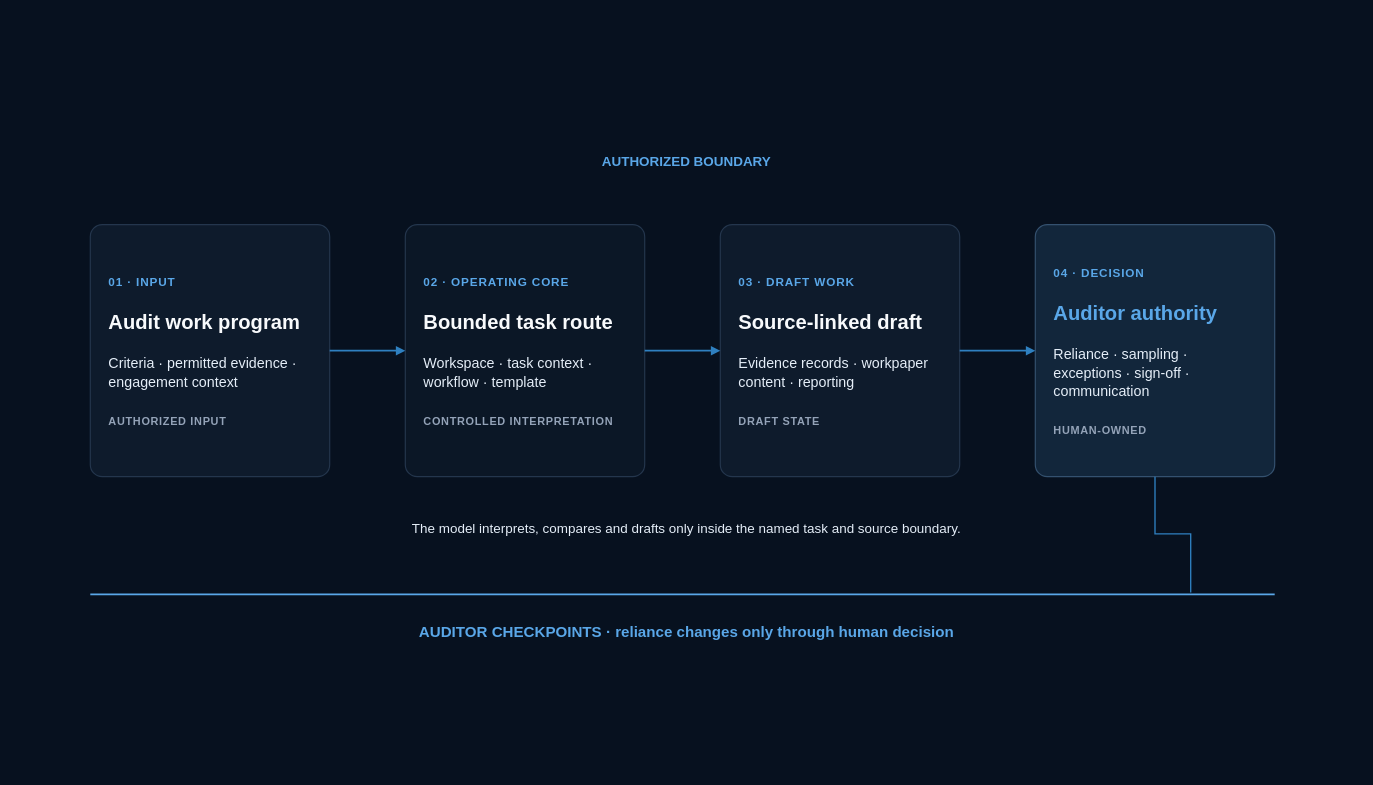
busera/busera.github.io keeps this draw.io diagram as aeos/assets/source/aeos-operating-model-dark.drawio. Above is the earlier version. Source tidied: cells renumbered, new cells numbered last; positions are measured from the earlier drawing's top-left corner, leaving out a move shared by most shapes. Both pictures are drawn from the tidied source at 84%, with x=0, y=0 at pixel (64, 60).
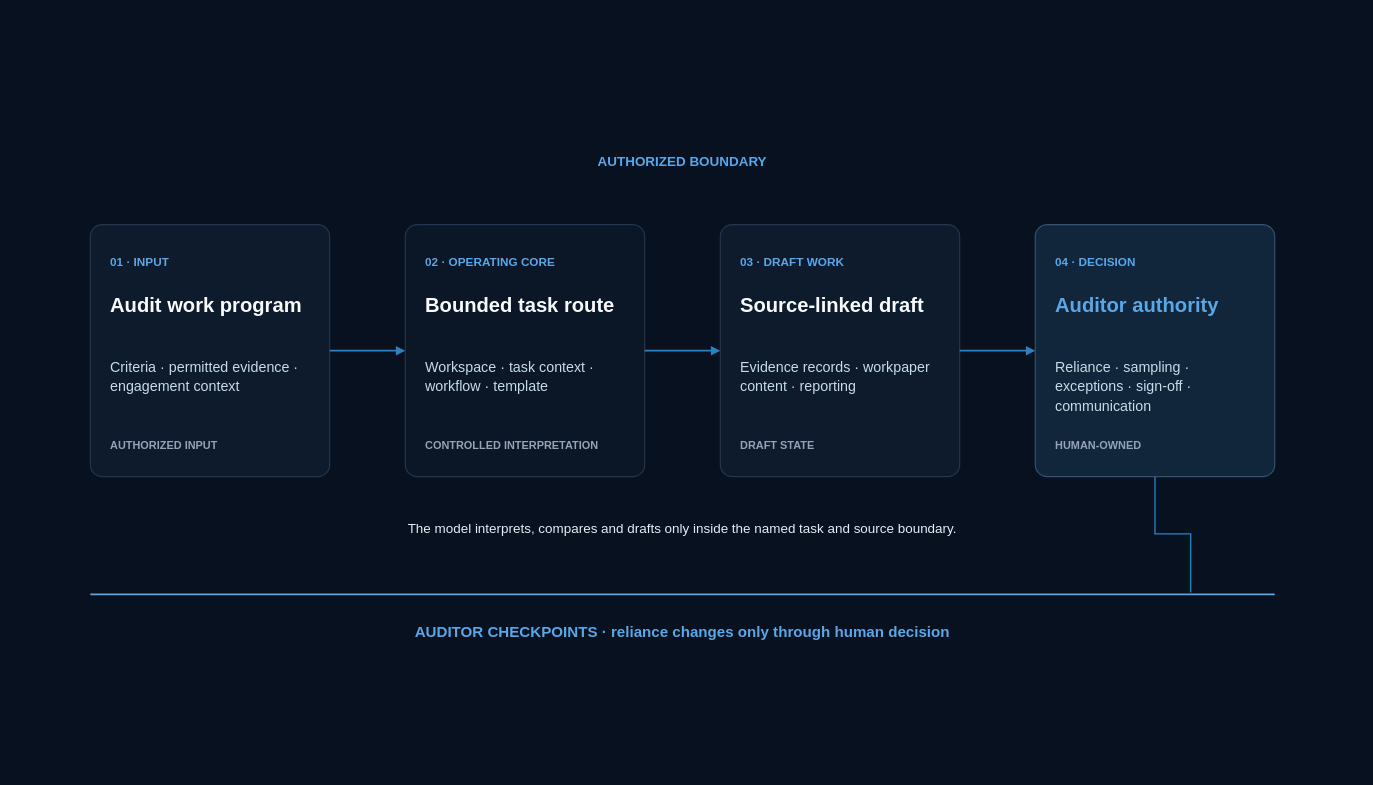
Above is the later version.

Commit message (it also covers changes not shown here):
fix(aeos): align diagram typography

Change to the diagram source:
```diff
@@
     <mxCell id="2" style="shape=rectangle;fillColor=none;strokeColor=none;opacity=0;html=1;" parent="1" vertex="1">
-      <mxGeometry width="1482.5" height="792.5" as="geometry" />
+      <mxGeometry x="-59" y="-54" width="1600" height="900" as="geometry" />
     </mxCell>
-    <mxCell id="3" value="&lt;div style=&quot;line-height:1.25;&quot;&gt;&lt;span style=&quot;font-size:14px;font-weight:700;letter-spacing:1px;color:#5AA7E8;&quot;&gt;01 · INPUT&lt;/span&gt;&lt;br&gt;&lt;br&gt;&lt;span style=&quot;font-size:24px;font-weight:700;color:#F8FAFC;&quot;&gt;Audit work program&lt;/span&gt;&lt;br&gt;&lt;br&gt;&lt;span style=&quot;font-size:17px;color:#E5EEF8;&quot;&gt;Criteria · permitted evidence · engagement context&lt;/span&gt;&lt;br&gt;&lt;br&gt;&lt;span style=&quot;font-size:13px;font-weight:700;letter-spacing:0.8px;color:#94A3B8;&quot;&gt;AUTHORIZED INPUT&lt;/span&gt;&lt;/div&gt;" style="rounded=1;arcSize=5;whiteSpace=wrap;html=1;fillColor=#0E1B2C;strokeColor=#24364D;strokeWidth=1.4;align=left;verticalAlign=middle;fontFamily=Helvetica;fontSize=18;fontColor=#F8FAFC;spacingTop=18;spacingBottom=18;spacingLeft=20;spacingRight=20;shadow=0;" parent="1" vertex="1">
+    <mxCell id="3" style="rounded=1;arcSize=5;whiteSpace=wrap;html=1;fillColor=#0E1B2C;strokeColor=#24364D;strokeWidth=1.4;shadow=0;" parent="1" vertex="1">
       <mxGeometry x="31" y="196" width="285" height="300" as="geometry" />
     </mxCell>
+    <mxCell id="16" value="01 · INPUT" style="text;html=1;whiteSpace=wrap;overflow=hidden;strokeColor=none;fillColor=none;spacing=0;spacingTop=0;spacingBottom=0;spacingLeft=0;spacingRight=0;align=left;verticalAlign=top;fontFamily=Helvetica;fontColor=#5AA7E8;fontSize=14;fontStyle=1;" parent="1" vertex="1">
+      <mxGeometry x="55" y="228" width="237" height="22" as="geometry" />
+    </mxCell>
+    <mxCell id="17" value="Audit work program" style="text;html=1;whiteSpace=wrap;overflow=hidden;strokeColor=none;fillColor=none;spacing=0;spacingTop=0;spacingBottom=0;spacingLeft=0;spacingRight=0;align=left;verticalAlign=top;fontFamily=Helvetica;fontColor=#F8FAFC;fontSize=24;fontStyle=1;" parent="1" vertex="1">
+      <mxGeometry x="55" y="274" width="237" height="58" as="geometry" />
+    </mxCell>
+    <mxCell id="18" value="&lt;div style=&quot;line-height:1.35;&quot;&gt;Criteria · permitted evidence ·&lt;br&gt;engagement context&lt;/div&gt;" style="text;html=1;whiteSpace=wrap;overflow=hidden;strokeColor=none;fillColor=none;spacing=0;spacingTop=0;spacingBottom=0;spacingLeft=0;spacingRight=0;align=left;verticalAlign=top;fontFamily=Helvetica;fontColor=#C6DCE8;fontSize=17;fontStyle=0;" parent="1" vertex="1">
+      <mxGeometry x="55" y="351" width="237" height="74" as="geometry" />
+    </mxCell>
+    <mxCell id="19" value="AUTHORIZED INPUT" style="text;html=1;whiteSpace=wrap;overflow=hidden;strokeColor=none;fillColor=none;spacing=0;spacingTop=0;spacingBottom=0;spacingLeft=0;spacingRight=0;align=left;verticalAlign=top;fontFamily=Helvetica;fontColor=#94A3B8;fontSize=13;fontStyle=1;" parent="1" vertex="1">
+      <mxGeometry x="55" y="446" width="237" height="22" as="geometry" />
+    </mxCell>
-    <mxCell id="4" value="&lt;div style=&quot;line-height:1.25;&quot;&gt;&lt;span style=&quot;font-size:14px;font-weight:700;letter-spacing:1px;color:#5AA7E8;&quot;&gt;02 · OPERATING CORE&lt;/span&gt;&lt;br&gt;&lt;br&gt;&lt;span style=&quot;font-size:24px;font-weight:700;color:#F8FAFC;&quot;&gt;Bounded task route&lt;/span&gt;&lt;br&gt;&lt;br&gt;&lt;span style=&quot;font-size:17px;color:#E5EEF8;&quot;&gt;Workspace · task context · workflow · template&lt;/span&gt;&lt;br&gt;&lt;br&gt;&lt;span style=&quot;font-size:13px;font-weight:700;letter-spacing:0.8px;color:#94A3B8;&quot;&gt;CONTROLLED INTERPRETATION&lt;/span&gt;&lt;/div&gt;" style="rounded=1;arcSize=5;whiteSpace=wrap;html=1;fillColor=#0B1726;strokeColor=#24364D;strokeWidth=1.4;align=left;verticalAlign=middle;fontFamily=Helvetica;fontSize=18;fontColor=#F8FAFC;spacingTop=18;spacingBottom=18;spacingLeft=20;spacingRight=20;shadow=0;" parent="1" vertex="1">
+    <mxCell id="4" style="rounded=1;arcSize=5;whiteSpace=wrap;html=1;fillColor=#0B1726;strokeColor=#24364D;strokeWidth=1.4;shadow=0;" parent="1" vertex="1">
       <mxGeometry x="406" y="196" width="285" height="300" as="geometry" />
     </mxCell>
+    <mxCell id="20" value="02 · OPERATING CORE" style="text;html=1;whiteSpace=wrap;overflow=hidden;strokeColor=none;fillColor=none;spacing=0;spacingTop=0;spacingBottom=0;spacingLeft=0;spacingRight=0;align=left;verticalAlign=top;fontFamily=Helvetica;fontColor=#5AA7E8;fontSize=14;fontStyle=1;" parent="1" vertex="1">
+      <mxGeometry x="430" y="228" width="237" height="22" as="geometry" />
+    </mxCell>
+    <mxCell id="21" value="Bounded task route" style="text;html=1;whiteSpace=wrap;overflow=hidden;strokeColor=none;fillColor=none;spacing=0;spacingTop=0;spacingBottom=0;spacingLeft=0;spacingRight=0;align=left;verticalAlign=top;fontFamily=Helvetica;fontColor=#F8FAFC;fontSize=24;fontStyle=1;" parent="1" vertex="1">
+      <mxGeometry x="430" y="274" width="237" height="58" as="geometry" />
+    </mxCell>
+    <mxCell id="22" value="&lt;div style=&quot;line-height:1.35;&quot;&gt;Workspace · task context ·&lt;br&gt;workflow · template&lt;/div&gt;" style="text;html=1;whiteSpace=wrap;overflow=hidden;strokeColor=none;fillColor=none;spacing=0;spacingTop=0;spacingBottom=0;spacingLeft=0;spacingRight=0;align=left;verticalAlign=top;fontFamily=Helvetica;fontColor=#C6DCE8;fontSize=17;fontStyle=0;" parent="1" vertex="1">
+      <mxGeometry x="430" y="351" width="237" height="74" as="geometry" />
+    </mxCell>
+    <mxCell id="23" value="CONTROLLED INTERPRETATION" style="text;html=1;whiteSpace=wrap;overflow=hidden;strokeColor=none;fillColor=none;spacing=0;spacingTop=0;spacingBottom=0;spacingLeft=0;spacingRight=0;align=left;verticalAlign=top;fontFamily=Helvetica;fontColor=#94A3B8;fontSize=13;fontStyle=1;" parent="1" vertex="1">
+      <mxGeometry x="430" y="446" width="237" height="22" as="geometry" />
+    </mxCell>
-    <mxCell id="5" value="&lt;div style=&quot;line-height:1.25;&quot;&gt;&lt;span style=&quot;font-size:14px;font-weight:700;letter-spacing:1px;color:#5AA7E8;&quot;&gt;03 · DRAFT WORK&lt;/span&gt;&lt;br&gt;&lt;br&gt;&lt;span style=&quot;font-size:24px;font-weight:700;color:#F8FAFC;&quot;&gt;Source-linked draft&lt;/span&gt;&lt;br&gt;&lt;br&gt;&lt;span style=&quot;font-size:17px;color:#E5EEF8;&quot;&gt;Evidence records · workpaper content · reporting&lt;/span&gt;&lt;br&gt;&lt;br&gt;&lt;span style=&quot;font-size:13px;font-weight:700;letter-spacing:0.8px;color:#94A3B8;&quot;&gt;DRAFT STATE&lt;/span&gt;&lt;/div&gt;" style="rounded=1;arcSize=5;whiteSpace=wrap;html=1;fillColor=#0E1B2C;strokeColor=#24364D;strokeWidth=1.4;align=left;verticalAlign=middle;fontFamily=Helvetica;fontSize=18;fontColor=#F8FAFC;spacingTop=18;spacingBottom=18;spacingLeft=20;spacingRight=20;shadow=0;" parent="1" vertex="1">
+    <mxCell id="5" style="rounded=1;arcSize=5;whiteSpace=wrap;html=1;fillColor=#0E1B2C;strokeColor=#24364D;strokeWidth=1.4;shadow=0;" parent="1" vertex="1">
       <mxGeometry x="781" y="196" width="285" height="300" as="geometry" />
     </mxCell>
+    <mxCell id="24" value="03 · DRAFT WORK" style="text;html=1;whiteSpace=wrap;overflow=hidden;strokeColor=none;fillColor=none;spacing=0;spacingTop=0;spacingBottom=0;spacingLeft=0;spacingRight=0;align=left;verticalAlign=top;fontFamily=Helvetica;fontColor=#5AA7E8;fontSize=14;fontStyle=1;" parent="1" vertex="1">
+      <mxGeometry x="805" y="228" width="237" height="22" as="geometry" />
+    </mxCell>
+    <mxCell id="25" value="Source-linked draft" style="text;html=1;whiteSpace=wrap;overflow=hidden;strokeColor=none;fillColor=none;spacing=0;spacingTop=0;spacingBottom=0;spacingLeft=0;spacingRight=0;align=left;verticalAlign=top;fontFamily=Helvetica;fontColor=#F8FAFC;fontSize=24;fontStyle=1;" parent="1" vertex="1">
+      <mxGeometry x="805" y="274" width="237" height="58" as="geometry" />
+    </mxCell>
+    <mxCell id="26" value="&lt;div style=&quot;line-height:1.35;&quot;&gt;Evidence records · workpaper&lt;br&gt;content · reporting&lt;/div&gt;" style="text;html=1;whiteSpace=wrap;overflow=hidden;strokeColor=none;fillColor=none;spacing=0;spacingTop=0;spacingBottom=0;spacingLeft=0;spacingRight=0;align=left;verticalAlign=top;fontFamily=Helvetica;fontColor=#C6DCE8;fontSize=17;fontStyle=0;" parent="1" vertex="1">
+      <mxGeometry x="805" y="351" width="237" height="74" as="geometry" />
+    </mxCell>
+    <mxCell id="27" value="DRAFT STATE" style="text;html=1;whiteSpace=wrap;overflow=hidden;strokeColor=none;fillColor=none;spacing=0;spacingTop=0;spacingBottom=0;spacingLeft=0;spacingRight=0;align=left;verticalAlign=top;fontFamily=Helvetica;fontColor=#94A3B8;fontSize=13;fontStyle=1;" parent="1" vertex="1">
+      <mxGeometry x="805" y="446" width="237" height="22" as="geometry" />
+    </mxCell>
-    <mxCell id="6" value="&lt;div style=&quot;line-height:1.25;&quot;&gt;&lt;span style=&quot;font-size:14px;font-weight:700;letter-spacing:1px;color:#5AA7E8;&quot;&gt;04 · DECISION&lt;/span&gt;&lt;br&gt;&lt;br&gt;&lt;span style=&quot;font-size:24px;font-weight:700;color:#5AA7E8;&quot;&gt;Auditor authority&lt;/span&gt;&lt;br&gt;&lt;br&gt;&lt;span style=&quot;font-size:17px;color:#E5EEF8;&quot;&gt;Reliance · sampling · exceptions · sign-off · communication&lt;/span&gt;&lt;br&gt;&lt;br&gt;&lt;span style=&quot;font-size:13px;font-weight:700;letter-spacing:0.8px;color:#94A3B8;&quot;&gt;HUMAN-OWNED&lt;/span&gt;&lt;/div&gt;" style="rounded=1;arcSize=5;whiteSpace=wrap;html=1;fillColor=#12263B;strokeColor=#34516F;strokeWidth=1.4;align=left;verticalAlign=middle;fontFamily=Helvetica;fontSize=18;fontColor=#F8FAFC;spacingTop=18;spacingBottom=18;spacingLeft=20;spacingRight=20;shadow=0;" parent="1" vertex="1">
+    <mxCell id="6" style="rounded=1;arcSize=5;whiteSpace=wrap;html=1;fillColor=#12263B;strokeColor=#34516F;strokeWidth=1.4;shadow=0;" parent="1" vertex="1">
       <mxGeometry x="1156" y="196" width="285" height="300" as="geometry" />
     </mxCell>
+    <mxCell id="28" value="04 · DECISION" style="text;html=1;whiteSpace=wrap;overflow=hidden;strokeColor=none;fillColor=none;spacing=0;spacingTop=0;spacingBottom=0;spacingLeft=0;spacingRight=0;align=left;verticalAlign=top;fontFamily=Helvetica;fontColor=#5AA7E8;fontSize=14;fontStyle=1;" parent="1" vertex="1">
+      <mxGeometry x="1180" y="228" width="237" height="22" as="geometry" />
+    </mxCell>
+    <mxCell id="29" value="Auditor authority" style="text;html=1;whiteSpace=wrap;overflow=hidden;strokeColor=none;fillColor=none;spacing=0;spacingTop=0;spacingBottom=0;spacingLeft=0;spacingRight=0;align=left;verticalAlign=top;fontFamily=Helvetica;fontColor=#5AA7E8;fontSize=24;fontStyle=1;" parent="1" vertex="1">
+      <mxGeometry x="1180" y="274" width="237" height="58" as="geometry" />
+    </mxCell>
+    <mxCell id="30" value="&lt;div style=&quot;line-height:1.35;&quot;&gt;Reliance · sampling ·&lt;br&gt;exceptions · sign-off ·&lt;br&gt;communication&lt;/div&gt;" style="text;html=1;whiteSpace=wrap;overflow=hidden;strokeColor=none;fillColor=none;spacing=0;spacingTop=0;spacingBottom=0;spacingLeft=0;spacingRight=0;align=left;verticalAlign=top;fontFamily=Helvetica;fontColor=#C6DCE8;fontSize=17;fontStyle=0;" parent="1" vertex="1">
+      <mxGeometry x="1180" y="351" width="237" height="74" as="geometry" />
+    </mxCell>
+    <mxCell id="31" value="HUMAN-OWNED" style="text;html=1;whiteSpace=wrap;overflow=hidden;strokeColor=none;fillColor=none;spacing=0;spacingTop=0;spacingBottom=0;spacingLeft=0;spacingRight=0;align=left;verticalAlign=top;fontFamily=Helvetica;fontColor=#94A3B8;fontSize=13;fontStyle=1;" parent="1" vertex="1">
+      <mxGeometry x="1180" y="446" width="237" height="22" as="geometry" />
+    </mxCell>
@@
     <mxCell id="10" value="AUTHORIZED BOUNDARY" style="text;html=1;whiteSpace=wrap;overflow=hidden;align=center;verticalAlign=middle;fontFamily=Helvetica;fontColor=#5AA7E8;fontSize=16;fontStyle=1;strokeColor=none;fillColor=none;" parent="1" vertex="1">
-      <mxGeometry x="456" y="101" width="570" height="40" as="geometry" />
+      <mxGeometry x="451" y="101" width="570" height="40" as="geometry" />
     </mxCell>
@@
     <mxCell id="12" value="AUDITOR CHECKPOINTS · reliance changes only through human decision" style="text;html=1;whiteSpace=wrap;overflow=hidden;align=center;verticalAlign=middle;fontFamily=Helvetica;fontColor=#5AA7E8;fontSize=18;fontStyle=1;strokeColor=none;fillColor=none;" parent="1" vertex="1">
-      <mxGeometry x="351" y="658" width="780" height="46" as="geometry" />
+      <mxGeometry x="346" y="658" width="780" height="46" as="geometry" />
     </mxCell>
@@
     <mxCell id="15" value="The model interprets, compares and drafts only inside the named task and source boundary." style="text;html=1;whiteSpace=wrap;overflow=hidden;align=center;verticalAlign=middle;fontFamily=Helvetica;fontColor=#E5EEF8;fontSize=16;fontStyle=0;strokeColor=none;fillColor=none;" parent="1" vertex="1">
-      <mxGeometry x="331" y="531" width="820" height="52" as="geometry" />
+      <mxGeometry x="326" y="531" width="820" height="52" as="geometry" />
     </mxCell>
```
